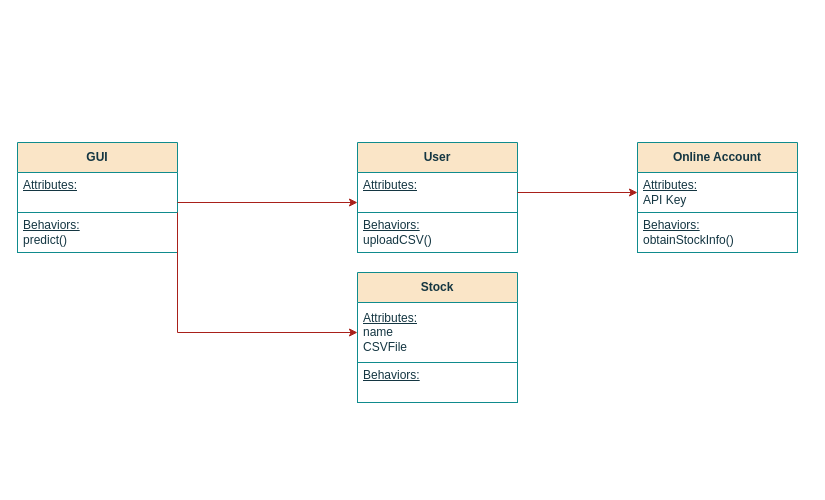
Earlier version of the draw.io diagram Diagrams/Class_Diagram.drawio (viewtifultiger/Comp380Project). Source tidied: cells renumbered, new cells numbered last; positions are measured from the earlier drawing's top-left corner, leaving out a move shared by most shapes. Both pictures are drawn from the tidied source at 100%, with x=0, y=0 at pixel (17, 142).
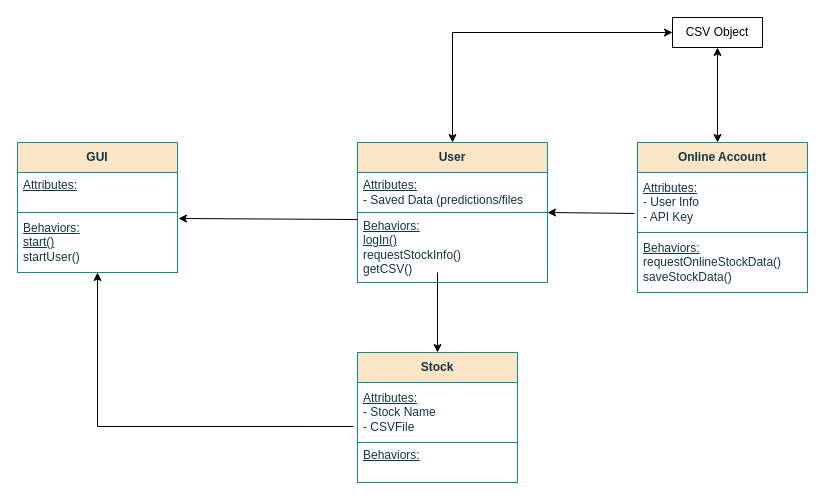
After the change.

Commit message:
updated class diagram

What changed in the source:
```diff
@@
     <mxCell id="2" value="&lt;b&gt;GUI&lt;/b&gt;" style="swimlane;fontStyle=0;horizontal=1;startSize=30;whiteSpace=wrap;html=1;labelBackgroundColor=none;fillColor=#FAE5C7;strokeColor=#0F8B8D;fontColor=#143642;" parent="1" vertex="1">
-      <mxGeometry width="160" height="110" as="geometry" />
+      <mxGeometry width="160" height="130" as="geometry" />
     </mxCell>
@@
-    <mxCell id="4" value="&lt;u&gt;Behaviors:&lt;/u&gt;&lt;div&gt;predict()&lt;/div&gt;" style="text;strokeColor=#0F8B8D;fillColor=none;align=left;verticalAlign=middle;spacingLeft=4;spacingRight=4;overflow=hidden;points=[[0,0.5],[1,0.5]];portConstraint=eastwest;whiteSpace=wrap;html=1;labelBackgroundColor=none;fontColor=#143642;" parent="2" vertex="1">
-      <mxGeometry y="70" width="160" height="40" as="geometry" />
+    <mxCell id="4" value="&lt;u&gt;Behaviors:&lt;/u&gt;&lt;div&gt;&lt;u&gt;start()&lt;br&gt;&lt;/u&gt;&lt;div&gt;startUser()&lt;/div&gt;&lt;/div&gt;" style="text;strokeColor=#0F8B8D;fillColor=none;align=left;verticalAlign=middle;spacingLeft=4;spacingRight=4;overflow=hidden;points=[[0,0.5],[1,0.5]];portConstraint=eastwest;whiteSpace=wrap;html=1;labelBackgroundColor=none;fontColor=#143642;" parent="2" vertex="1">
+      <mxGeometry y="70" width="160" height="60" as="geometry" />
     </mxCell>
     <mxCell id="5" value="&lt;b&gt;User&lt;/b&gt;" style="swimlane;fontStyle=0;horizontal=1;startSize=30;whiteSpace=wrap;html=1;labelBackgroundColor=none;fillColor=#FAE5C7;strokeColor=#0F8B8D;fontColor=#143642;" parent="1" vertex="1">
-      <mxGeometry x="340" width="160" height="110" as="geometry" />
+      <mxGeometry x="340" width="190" height="140" as="geometry" />
     </mxCell>
-    <mxCell id="6" value="&lt;u&gt;Attributes:&lt;/u&gt;&lt;div&gt;&lt;u&gt;&lt;br&gt;&lt;/u&gt;&lt;/div&gt;" style="text;strokeColor=none;fillColor=none;align=left;verticalAlign=middle;spacingLeft=4;spacingRight=4;overflow=hidden;points=[[0,0.5],[1,0.5]];portConstraint=eastwest;whiteSpace=wrap;html=1;labelBackgroundColor=none;fontColor=#143642;" parent="5" vertex="1">
-      <mxGeometry y="30" width="160" height="40" as="geometry" />
+    <mxCell id="6" value="&lt;u&gt;Attributes:&lt;/u&gt;&lt;div&gt;- Saved Data (predictions/files&lt;/div&gt;" style="text;strokeColor=none;fillColor=none;align=left;verticalAlign=middle;spacingLeft=4;spacingRight=4;overflow=hidden;points=[[0,0.5],[1,0.5]];portConstraint=eastwest;whiteSpace=wrap;html=1;labelBackgroundColor=none;fontColor=#143642;" parent="5" vertex="1">
+      <mxGeometry y="30" width="190" height="40" as="geometry" />
     </mxCell>
-    <mxCell id="7" value="&lt;u&gt;Behaviors:&lt;/u&gt;&lt;div&gt;uploadCSV()&lt;/div&gt;" style="text;strokeColor=#0F8B8D;fillColor=none;align=left;verticalAlign=middle;spacingLeft=4;spacingRight=4;overflow=hidden;points=[[0,0.5],[1,0.5]];portConstraint=eastwest;whiteSpace=wrap;html=1;labelBackgroundColor=none;fontColor=#143642;" parent="5" vertex="1">
-      <mxGeometry y="70" width="160" height="40" as="geometry" />
+    <mxCell id="7" value="&lt;u&gt;Behaviors:&lt;/u&gt;&lt;div&gt;&lt;u&gt;logIn()&lt;br&gt;&lt;/u&gt;&lt;div&gt;requestStockInfo()&lt;/div&gt;&lt;/div&gt;&lt;div&gt;getCSV()&lt;/div&gt;" style="text;strokeColor=#0F8B8D;fillColor=none;align=left;verticalAlign=middle;spacingLeft=4;spacingRight=4;overflow=hidden;points=[[0,0.5],[1,0.5]];portConstraint=eastwest;whiteSpace=wrap;html=1;labelBackgroundColor=none;fontColor=#143642;" parent="5" vertex="1">
+      <mxGeometry y="70" width="190" height="70" as="geometry" />
     </mxCell>
-    <mxCell id="8" style="endArrow=classic;html=1;rounded=0;strokeColor=#A8201A;fontColor=#143642;fillColor=#FAE5C7;entryX=0;entryY=0.75;entryDx=0;entryDy=0;entryPerimeter=0;" parent="1" edge="1" target="6">
-      <mxGeometry relative="1" as="geometry">
-        <mxPoint x="160" y="60" as="sourcePoint" />
-      </mxGeometry>
-    </mxCell>
     <mxCell id="9" value="&lt;b&gt;Stock&lt;/b&gt;" style="swimlane;fontStyle=0;horizontal=1;startSize=30;whiteSpace=wrap;html=1;labelBackgroundColor=none;fillColor=#FAE5C7;strokeColor=#0F8B8D;fontColor=#143642;" parent="1" vertex="1">
-      <mxGeometry x="340" y="130" width="160" height="130" as="geometry" />
+      <mxGeometry x="340" y="210" width="160" height="130" as="geometry" />
     </mxCell>
-    <mxCell id="10" value="&lt;u&gt;Attributes:&lt;/u&gt;&lt;div&gt;name&lt;/div&gt;&lt;div&gt;CSVFile&lt;/div&gt;" style="text;strokeColor=none;fillColor=none;align=left;verticalAlign=middle;spacingLeft=4;spacingRight=4;overflow=hidden;points=[[0,0.5],[1,0.5]];portConstraint=eastwest;whiteSpace=wrap;html=1;labelBackgroundColor=none;fontColor=#143642;" parent="9" vertex="1">
+    <mxCell id="10" value="&lt;u&gt;Attributes:&lt;/u&gt;&lt;div&gt;- Stock Name&lt;/div&gt;&lt;div&gt;- CSVFile&lt;/div&gt;" style="text;strokeColor=none;fillColor=none;align=left;verticalAlign=middle;spacingLeft=4;spacingRight=4;overflow=hidden;points=[[0,0.5],[1,0.5]];portConstraint=eastwest;whiteSpace=wrap;html=1;labelBackgroundColor=none;fontColor=#143642;" parent="9" vertex="1">
       <mxGeometry y="30" width="160" height="60" as="geometry" />
     </mxCell>
@@
-    <mxCell id="12" style="endArrow=classic;html=1;rounded=0;strokeColor=#A8201A;fontColor=#143642;fillColor=#FAE5C7;entryX=0;entryY=0.5;entryDx=0;entryDy=0;" parent="1" edge="1" target="10">
-      <mxGeometry relative="1" as="geometry">
-        <mxPoint x="160" y="70" as="sourcePoint" />
-        <Array as="points">
-          <mxPoint x="160" y="190" />
-        </Array>
-      </mxGeometry>
-    </mxCell>
     <mxCell id="13" value="&lt;b&gt;Online Account&lt;/b&gt;" style="swimlane;fontStyle=0;horizontal=1;startSize=30;whiteSpace=wrap;html=1;labelBackgroundColor=none;fillColor=#FAE5C7;strokeColor=#0F8B8D;fontColor=#143642;" parent="1" vertex="1">
-      <mxGeometry x="620" width="160" height="110" as="geometry" />
+      <mxGeometry x="620" width="170" height="150" as="geometry" />
     </mxCell>
-    <mxCell id="14" value="&lt;u&gt;Attributes:&lt;/u&gt;&lt;div&gt;API Key&lt;/div&gt;" style="text;strokeColor=none;fillColor=none;align=left;verticalAlign=middle;spacingLeft=4;spacingRight=4;overflow=hidden;points=[[0,0.5],[1,0.5]];portConstraint=eastwest;whiteSpace=wrap;html=1;labelBackgroundColor=none;fontColor=#143642;" parent="13" vertex="1">
-      <mxGeometry y="30" width="160" height="40" as="geometry" />
+    <mxCell id="14" value="&lt;u&gt;Attributes:&lt;/u&gt;&lt;div&gt;- User Info&lt;br&gt;&lt;div&gt;- API Key&lt;/div&gt;&lt;/div&gt;" style="text;strokeColor=none;fillColor=none;align=left;verticalAlign=middle;spacingLeft=4;spacingRight=4;overflow=hidden;points=[[0,0.5],[1,0.5]];portConstraint=eastwest;whiteSpace=wrap;html=1;labelBackgroundColor=none;fontColor=#143642;" parent="13" vertex="1">
+      <mxGeometry y="30" width="170" height="60" as="geometry" />
     </mxCell>
-    <mxCell id="15" value="&lt;u&gt;Behaviors:&lt;/u&gt;&lt;div&gt;obtainStockInfo()&lt;/div&gt;" style="text;strokeColor=#0F8B8D;fillColor=none;align=left;verticalAlign=middle;spacingLeft=4;spacingRight=4;overflow=hidden;whiteSpace=wrap;html=1;labelBackgroundColor=none;fontColor=#143642;" parent="13" vertex="1">
-      <mxGeometry y="70" width="160" height="40" as="geometry" />
+    <mxCell id="15" value="&lt;u&gt;Behaviors:&lt;/u&gt;&lt;div&gt;requestOnlineStockData()&lt;/div&gt;&lt;div&gt;saveStockData()&lt;/div&gt;" style="text;strokeColor=#0F8B8D;fillColor=none;align=left;verticalAlign=middle;spacingLeft=4;spacingRight=4;overflow=hidden;whiteSpace=wrap;html=1;labelBackgroundColor=none;fontColor=#143642;" parent="13" vertex="1">
+      <mxGeometry y="90" width="170" height="60" as="geometry" />
     </mxCell>
-    <mxCell id="16" style="endArrow=classic;html=1;rounded=0;strokeColor=#A8201A;fontColor=#143642;fillColor=#FAE5C7;entryX=0;entryY=0.5;entryDx=0;entryDy=0;exitX=1;exitY=0.5;exitDx=0;exitDy=0;" parent="1" edge="1" source="6" target="14">
-      <mxGeometry relative="1" as="geometry" />
-    </mxCell>
+    <mxCell id="17" value="CSV Object" style="rounded=0;whiteSpace=wrap;html=1;" parent="1" vertex="1">
+      <mxGeometry x="655" y="-125" width="90" height="30" as="geometry" />
+    </mxCell>
+    <mxCell id="18" style="endArrow=classic;startArrow=classic;html=1;rounded=0;entryX=0;entryY=0.5;entryDx=0;entryDy=0;exitX=0.5;exitY=0;exitDx=0;exitDy=0;" parent="1" edge="1" source="5" target="17">
+      <mxGeometry relative="1" as="geometry">
+        <Array as="points">
+          <mxPoint x="435" y="-110" />
+        </Array>
+      </mxGeometry>
+    </mxCell>
+    <mxCell id="19" style="endArrow=classic;html=1;rounded=0;entryX=1;entryY=0;entryDx=0;entryDy=0;entryPerimeter=0;exitX=-0.018;exitY=0.683;exitDx=0;exitDy=0;exitPerimeter=0;" parent="1" edge="1" source="14" target="7">
+      <mxGeometry relative="1" as="geometry" />
+    </mxCell>
+    <mxCell id="20" style="endArrow=classic;html=1;rounded=0;entryX=1.006;entryY=0.1;entryDx=0;entryDy=0;entryPerimeter=0;" parent="1" edge="1" target="4">
+      <mxGeometry relative="1" as="geometry">
+        <mxPoint x="340" y="77" as="sourcePoint" />
+      </mxGeometry>
+    </mxCell>
+    <mxCell id="21" style="endArrow=classic;html=1;rounded=0;exitX=-0.025;exitY=0.733;exitDx=0;exitDy=0;exitPerimeter=0;entryX=0.5;entryY=1;entryDx=0;entryDy=0;entryPerimeter=0;" parent="1" edge="1" source="10" target="4">
+      <mxGeometry relative="1" as="geometry">
+        <Array as="points">
+          <mxPoint x="80" y="284" />
+        </Array>
+      </mxGeometry>
+    </mxCell>
+    <mxCell id="22" style="endArrow=classic;html=1;rounded=0;entryX=0.5;entryY=0;entryDx=0;entryDy=0;" parent="1" edge="1" target="9">
+      <mxGeometry relative="1" as="geometry">
+        <mxPoint x="420" y="130" as="sourcePoint" />
+      </mxGeometry>
+    </mxCell>
+    <mxCell id="23" style="endArrow=classic;startArrow=classic;html=1;rounded=0;entryX=0.5;entryY=1;entryDx=0;entryDy=0;" parent="1" edge="1" target="17">
+      <mxGeometry relative="1" as="geometry">
+        <mxPoint x="700" as="sourcePoint" />
+      </mxGeometry>
+    </mxCell>
```
